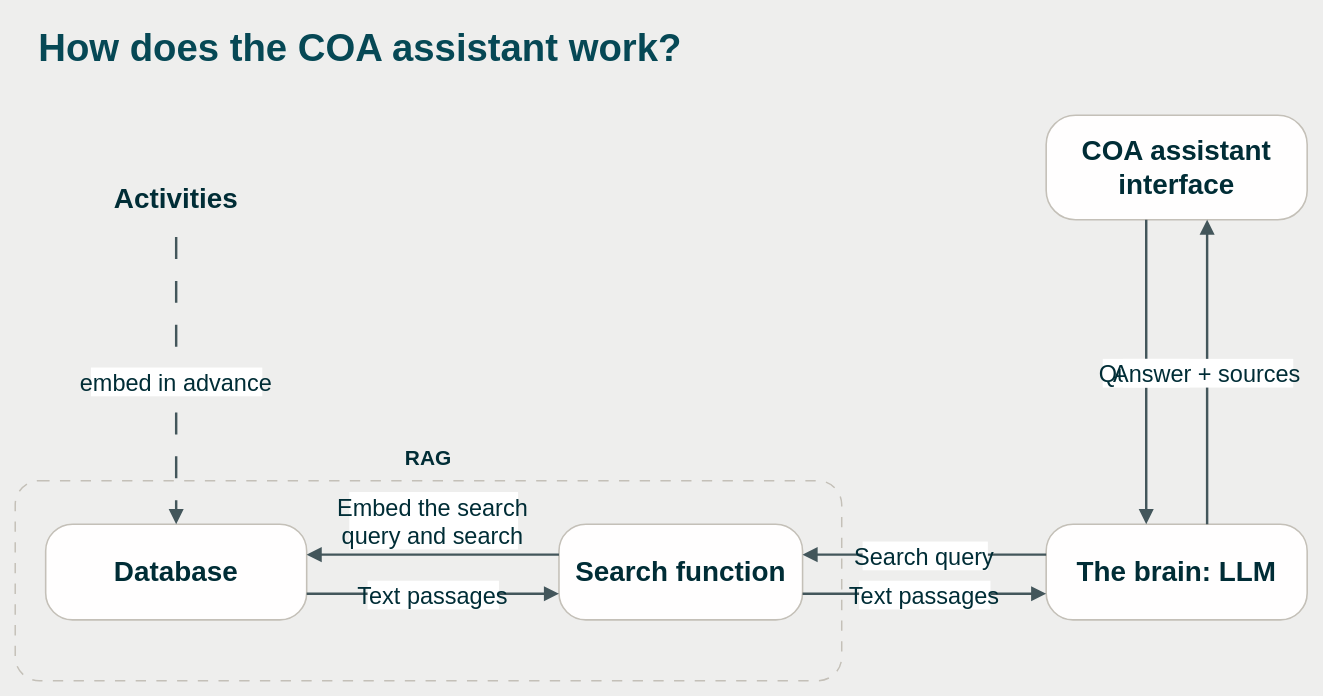
Before: page "English" (2 of 2) of docs/diagrams/how-it-works.drawio in Daanvdplas/coa-assistent, a draw.io diagram. Source tidied: cells renumbered, new cells numbered last; positions are measured from the earlier drawing's top-left corner, leaving out a move shared by most shapes. Both pictures are drawn from the tidied source at 87%, with x=0, y=0 at pixel (15, 15).
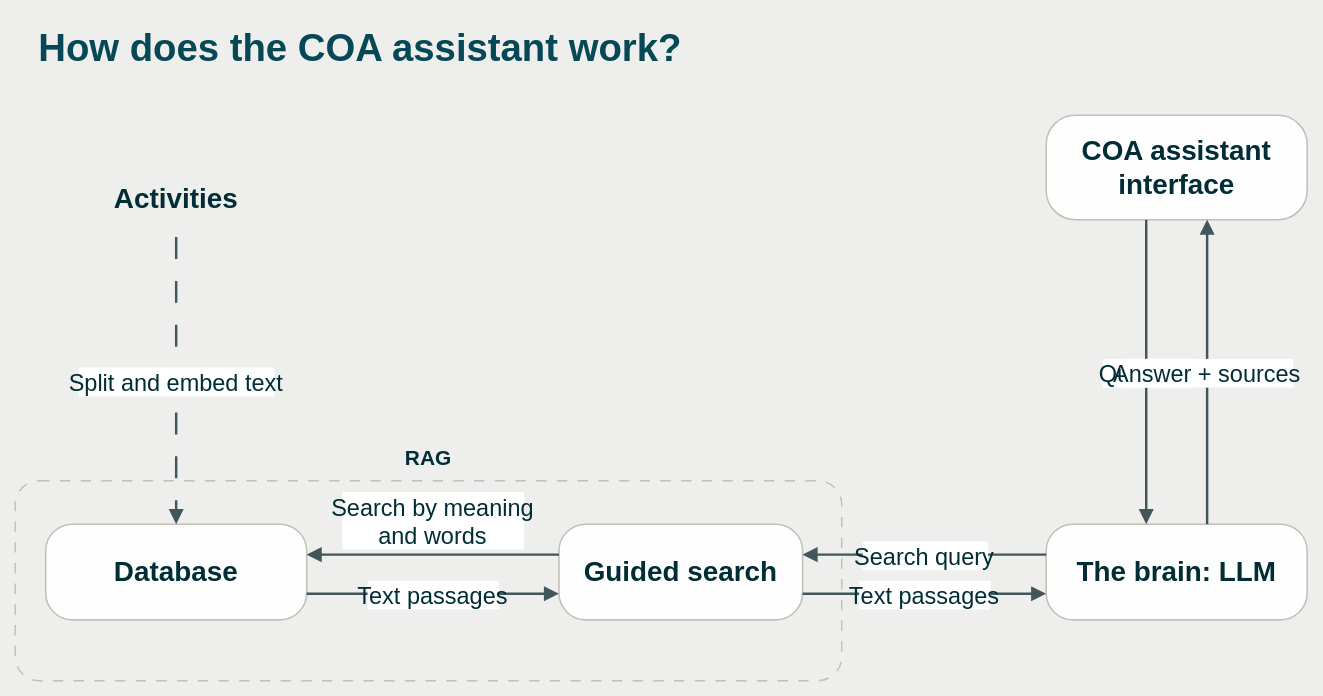
The same diagram, later.

Commit message (it also covers changes not shown here):
Explain Guided search on the demo walkthrough

What changed in the source:
```diff
@@
 <mxGraphModel background="#eeeeed">
   <root>
     <mxCell id="0" />
     <mxCell id="1" parent="0" />
     <mxCell id="2" value="RAG" style="rounded=1;arcSize=12;whiteSpace=wrap;html=0;fillColor=none;strokeColor=#c4c0b8;strokeWidth=1.7;dashed=1;dashPattern=7 7;fontFamily=Avenir Next;fontSize=24;fontStyle=1;fontColor=#002d36;align=center;verticalLabelPosition=top;verticalAlign=bottom;spacingTop=0;spacingBottom=9;" parent="1" vertex="1">
       <mxGeometry y="535" width="950" height="230" as="geometry" />
     </mxCell>
     <mxCell id="3" value="How does the COA assistant work?" style="tex=text;html=0;strokeColor=none;fillColor=none;fontFamily=Calibri;fontSize=44;fontStyle=1;fontColor=#064855;align=left;" parent="1" vertex="1">
       <mxGeometry x="25" width="1000" height="65" as="geometry" />
     </mxCell>
     <mxCell id="4" value="Activities" style="tex=text;strokeColor=none;fillColor=none;fontFamily=Avenir Next;fontSize=32;fontStyle=1;fontColor=#002d36;align=center;verticalAlign=middle;" parent="1" vertex="1">
       <mxGeometry x="35" y="160" width="300" height="95" as="geometry" />
     </mxCell>
     <mxCell id="5" value="Database" style="rounded=1;arcSize=28;whiteSpace=wrap;html=0;fillColor=#fffefe;strokeColor=#c4c0b8;strokeWidth=1.8;fontFamily=Avenir Next;fontSize=32;fontStyle=1;fontColor=#002d36;align=center;verticalAlign=middle;" parent="1" vertex="1">
       <mxGeometry x="35" y="585" width="300" height="110" as="geometry" />
     </mxCell>
-    <mxCell id="6" value="Search function" style="rounded=1;arcSize=28;whiteSpace=wrap;html=0;fillColor=#fffefe;strokeColor=#c4c0b8;strokeWidth=1.8;fontFamily=Avenir Next;fontSize=32;fontStyle=1;fontColor=#002d36;align=center;verticalAlign=middle;" parent="1" vertex="1">
+    <mxCell id="6" value="Guided search" style="rounded=1;arcSize=28;whiteSpace=wrap;html=0;fillColor=#fffefe;strokeColor=#c4c0b8;strokeWidth=1.8;fontFamily=Avenir Next;fontSize=32;fontStyle=1;fontColor=#002d36;align=center;verticalAlign=middle;" parent="1" vertex="1">
       <mxGeometry x="625" y="585" width="280" height="110" as="geometry" />
     </mxCell>
     <mxCell id="7" value="The brain: LLM" style="rounded=1;arcSize=28;whiteSpace=wrap;html=0;fillColor=#fffefe;strokeColor=#c4c0b8;strokeWidth=1.8;fontFamily=Avenir Next;fontSize=32;fontStyle=1;fontColor=#002d36;align=center;verticalAlign=middle;" parent="1" vertex="1">
       <mxGeometry x="1185" y="585" width="300" height="110" as="geometry" />
     </mxCell>
     <mxCell id="8" value="COA assistant interface" style="rounded=1;arcSize=28;whiteSpace=wrap;html=0;fillColor=#fffefe;strokeColor=#c4c0b8;strokeWidth=1.8;fontFamily=Avenir Next;fontSize=32;fontStyle=1;fontColor=#002d36;align=center;verticalAlign=middle;" parent="1" vertex="1">
       <mxGeometry x="1185" y="115" width="300" height="120" as="geometry" />
     </mxCell>
-    <mxCell id="9" value="embed in advance" style="edgeStyle=none;rounded=0;html=0;strokeColor=#43565b;strokeWidth=2.8;endArrow=block;endFill=1;endSize=10;dashed=1;dashPattern=9 9;fontFamily=Avenir Next;fontSize=27;fontColor=#002d36;exitX=0.5;exitY=1;entryX=0.5;entryY=0;exitDx=0;exitDy=0;entryDx=0;entryDy=0;sourcePerimeterSpacing=25;targetPerimeterSpacing=25;" parent="1" edge="1" source="4" target="5">
+    <mxCell id="9" value="Split and embed text" style="edgeStyle=none;rounded=0;html=0;strokeColor=#43565b;strokeWidth=2.8;endArrow=block;endFill=1;endSize=10;dashed=1;dashPattern=9 9;fontFamily=Avenir Next;fontSize=27;fontColor=#002d36;exitX=0.5;exitY=1;entryX=0.5;entryY=0;exitDx=0;exitDy=0;entryDx=0;entryDy=0;sourcePerimeterSpacing=25;targetPerimeterSpacing=25;" parent="1" edge="1" source="4" target="5">
       <mxGeometry relative="1" as="geometry" />
     </mxCell>
     <mxCell id="10" value="Question" style="edgeStyle=none;rounded=0;html=0;strokeColor=#43565b;strokeWidth=2.8;endArrow=block;endFill=1;endSize=10;fontFamily=Avenir Next;fontSize=27;fontColor=#002d36;exitX=0.383333;exitY=1;entryX=0.383333;entryY=0;exitDx=0;exitDy=0;entryDx=0;entryDy=0;sourcePerimeterSpacing=25;targetPerimeterSpacing=25;" parent="1" edge="1" source="8" target="7">
       <mxGeometry relative="1" as="geometry" />
     </mxCell>
     <mxCell id="11" value="Answer + sources" style="edgeStyle=none;rounded=0;html=0;strokeColor=#43565b;strokeWidth=2.8;endArrow=block;endFill=1;endSize=10;fontFamily=Avenir Next;fontSize=27;fontColor=#002d36;exitX=0.616667;exitY=0;entryX=0.616667;entryY=1;exitDx=0;exitDy=0;entryDx=0;entryDy=0;sourcePerimeterSpacing=25;targetPerimeterSpacing=25;" parent="1" edge="1" source="7" target="8">
       <mxGeometry relative="1" as="geometry" />
     </mxCell>
     <mxCell id="12" value="Search query" style="edgeStyle=none;rounded=0;html=0;strokeColor=#43565b;strokeWidth=2.8;endArrow=block;endFill=1;endSize=10;fontFamily=Avenir Next;fontSize=27;fontColor=#002d36;exitX=0;exitY=0.318182;entryX=1;entryY=0.318182;exitDx=0;exitDy=0;entryDx=0;entryDy=0;sourcePerimeterSpacing=25;targetPerimeterSpacing=25;" parent="1" edge="1" source="7" target="6">
       <mxGeometry relative="1" as="geometry" />
     </mxCell>
     <mxCell id="13" value="Text passages" style="edgeStyle=none;rounded=0;html=0;strokeColor=#43565b;strokeWidth=2.8;endArrow=block;endFill=1;endSize=10;fontFamily=Avenir Next;fontSize=27;fontColor=#002d36;exitX=1;exitY=0.727273;entryX=0;entryY=0.727273;exitDx=0;exitDy=0;entryDx=0;entryDy=0;sourcePerimeterSpacing=25;targetPerimeterSpacing=25;" parent="1" edge="1" source="6" target="7">
       <mxGeometry relative="1" as="geometry" />
     </mxCell>
-    <mxCell id="14" value="Embed the search&#10;query and search" style="edgeStyle=none;rounded=0;html=0;strokeColor=#43565b;strokeWidth=2.8;endArrow=block;endFill=1;endSize=10;fontFamily=Avenir Next;fontSize=27;fontColor=#002d36;exitX=0;exitY=0.318182;entryX=1;entryY=0.318182;exitDx=0;exitDy=0;entryDx=0;entryDy=0;sourcePerimeterSpacing=25;targetPerimeterSpacing=25;" parent="1" edge="1" source="6" target="5">
+    <mxCell id="14" value="Search by meaning&#10;and words" style="edgeStyle=none;rounded=0;html=0;strokeColor=#43565b;strokeWidth=2.8;endArrow=block;endFill=1;endSize=10;fontFamily=Avenir Next;fontSize=27;fontColor=#002d36;exitX=0;exitY=0.318182;entryX=1;entryY=0.318182;exitDx=0;exitDy=0;entryDx=0;entryDy=0;sourcePerimeterSpacing=25;targetPerimeterSpacing=25;" parent="1" edge="1" source="6" target="5">
       <mxGeometry relative="1" as="geometry">
         <mxPoint y="-40" as="offset" />
       </mxGeometry>
     </mxCell>
     <mxCell id="15" value="Text passages" style="edgeStyle=none;rounded=0;html=0;strokeColor=#43565b;strokeWidth=2.8;endArrow=block;endFill=1;endSize=10;fontFamily=Avenir Next;fontSize=27;fontColor=#002d36;exitX=1;exitY=0.727273;entryX=0;entryY=0.727273;exitDx=0;exitDy=0;entryDx=0;entryDy=0;sourcePerimeterSpacing=25;targetPerimeterSpacing=25;" parent="1" edge="1" source="5" target="6">
       <mxGeometry relative="1" as="geometry" />
     </mxCell>
   </root>
 </mxGraphModel>
```
